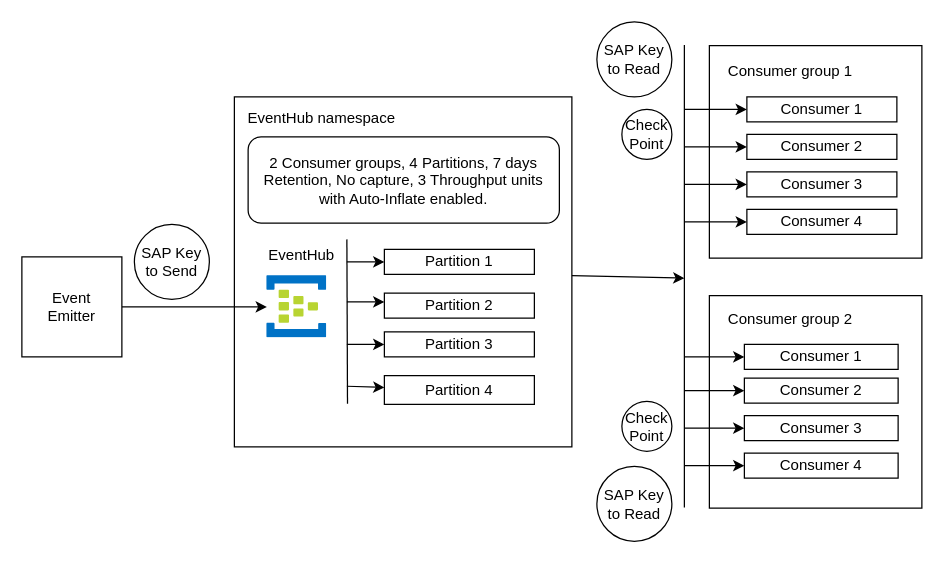
This is Architecture.drawio from mail4hafij/Azure-EventHub, a draw.io file, before an edit. Source tidied: cells renumbered, new cells numbered last; positions are measured from the earlier drawing's top-left corner, leaving out a move shared by most shapes. Both pictures are drawn from the tidied source at 125%, with x=0, y=0 at pixel (21, 21).
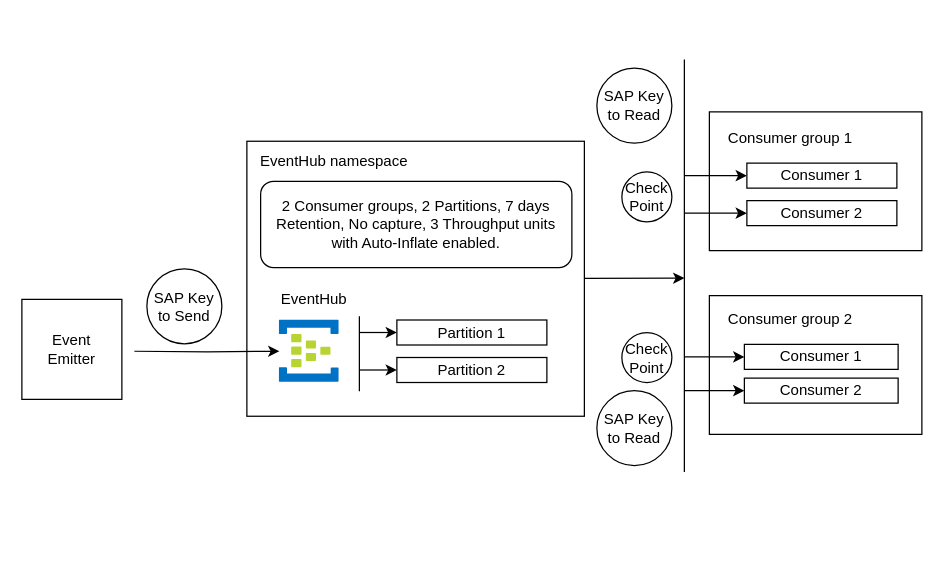
Above is the later version.

The edit, as a diff of the source:
```diff
@@
     <mxCell id="2" style="rounded=0;whiteSpace=wrap;html=1;" parent="1" vertex="1">
-      <mxGeometry x="550" y="219" width="170" height="170" as="geometry" />
+      <mxGeometry x="550" y="219" width="170" height="111" as="geometry" />
     </mxCell>
     <mxCell id="3" style="rounded=0;whiteSpace=wrap;html=1;" parent="1" vertex="1">
-      <mxGeometry x="550" y="19" width="170" height="170" as="geometry" />
+      <mxGeometry x="550" y="72" width="170" height="111" as="geometry" />
     </mxCell>
     <mxCell id="4" style="rounded=0;whiteSpace=wrap;html=1;" parent="1" vertex="1">
-      <mxGeometry x="170" y="60" width="270" height="280" as="geometry" />
+      <mxGeometry x="180" y="95.5" width="270" height="220" as="geometry" />
     </mxCell>
     <mxCell id="5" style="html=1;points=[];align=center;image;fontSize=12;image=img/lib/mscae/Event_Hubs.svg;" parent="1" vertex="1">
-      <mxGeometry x="196" y="203" width="48" height="50" as="geometry" />
+      <mxGeometry x="206" y="238.5" width="48" height="50" as="geometry" />
     </mxCell>
     <mxCell id="6" value="&lt;font style=&quot;font-size: 12px&quot;&gt;EventHub namespace&lt;/font&gt;" style="text;html=1;strokeColor=none;fillColor=none;align=center;verticalAlign=middle;whiteSpace=wrap;rounded=0;" parent="1" vertex="1">
-      <mxGeometry x="110" y="61.5" width="260" height="30" as="geometry" />
+      <mxGeometry x="120" y="97" width="260" height="30" as="geometry" />
     </mxCell>
     <mxCell id="7" value="EventHub" style="text;html=1;strokeColor=none;fillColor=none;align=center;verticalAlign=middle;whiteSpace=wrap;rounded=0;" parent="1" vertex="1">
-      <mxGeometry x="204" y="176.5" width="40" height="20" as="geometry" />
+      <mxGeometry x="214" y="212" width="40" height="20" as="geometry" />
     </mxCell>
     <mxCell id="8" value="Partition 1" style="rounded=0;whiteSpace=wrap;html=1;" parent="1" vertex="1">
-      <mxGeometry x="290" y="182" width="120" height="20" as="geometry" />
+      <mxGeometry x="300" y="238.5" width="120" height="20" as="geometry" />
     </mxCell>
     <mxCell id="9" value="Partition 2" style="rounded=0;whiteSpace=wrap;html=1;" parent="1" vertex="1">
-      <mxGeometry x="290" y="217" width="120" height="20" as="geometry" />
+      <mxGeometry x="300" y="268.5" width="120" height="20" as="geometry" />
     </mxCell>
-    <mxCell id="10" value="Partition 3" style="rounded=0;whiteSpace=wrap;html=1;" parent="1" vertex="1">
-      <mxGeometry x="290" y="248" width="120" height="20" as="geometry" />
-    </mxCell>
-    <mxCell id="11" value="Partition 4" style="rounded=0;whiteSpace=wrap;html=1;" parent="1" vertex="1">
-      <mxGeometry x="290" y="283" width="120" height="23" as="geometry" />
-    </mxCell>
-    <mxCell id="12" style="edgeStyle=orthogonalEdgeStyle;rounded=0;jettySize=auto;html=1;" parent="1" edge="1" source="13" target="5">
-      <mxGeometry relative="1" as="geometry" />
+    <mxCell id="12" style="edgeStyle=orthogonalEdgeStyle;rounded=0;jettySize=auto;html=1;" parent="1" edge="1" target="5">
+      <mxGeometry relative="1" as="geometry">
+        <mxPoint x="90" y="263.5" as="sourcePoint" />
+      </mxGeometry>
     </mxCell>
     <mxCell id="13" value="&lt;div&gt;Event &lt;br&gt;&lt;/div&gt;&lt;div&gt;Emitter&lt;br&gt;&lt;/div&gt;" style="whiteSpace=wrap;html=1;" parent="1" vertex="1">
-      <mxGeometry y="188" width="80" height="80" as="geometry" />
+      <mxGeometry y="222" width="80" height="80" as="geometry" />
     </mxCell>
     <mxCell id="14" style="endArrow=none;html=1;" parent="1" edge="1">
       <mxGeometry relative="1" as="geometry">
-        <mxPoint x="260.5" y="305.5" as="sourcePoint" />
-        <mxPoint x="260" y="174" as="targetPoint" />
+        <mxPoint x="270" y="295.5" as="sourcePoint" />
+        <mxPoint x="270" y="235.5" as="targetPoint" />
       </mxGeometry>
     </mxCell>
-    <mxCell id="15" style="edgeStyle=orthogonalEdgeStyle;rounded=0;orthogonalLoop=1;jettySize=auto;html=1;exitX=0.5;exitY=1;exitDx=0;exitDy=0;" parent="1" edge="1" source="11" target="11">
-      <mxGeometry relative="1" as="geometry" />
-    </mxCell>
     <mxCell id="16" style="endArrow=classic;html=1;entryX=0;entryY=0.5;entryDx=0;entryDy=0;" parent="1" edge="1" target="8">
       <mxGeometry relative="1" as="geometry">
-        <mxPoint x="260" y="192" as="sourcePoint" />
+        <mxPoint x="270" y="248.5" as="sourcePoint" />
       </mxGeometry>
     </mxCell>
-    <mxCell id="17" style="endArrow=classic;html=1;" parent="1" edge="1">
-      <mxGeometry relative="1" as="geometry">
-        <mxPoint x="260" y="258" as="sourcePoint" />
-        <mxPoint x="290" y="258" as="targetPoint" />
-      </mxGeometry>
-    </mxCell>
-    <mxCell id="18" style="endArrow=classic;html=1;" parent="1" edge="1" target="11">
-      <mxGeometry relative="1" as="geometry">
-        <mxPoint x="260" y="291.5" as="sourcePoint" />
-      </mxGeometry>
-    </mxCell>
     <mxCell id="19" value="Consumer 1" style="rounded=0;whiteSpace=wrap;html=1;" parent="1" vertex="1">
-      <mxGeometry x="580" y="60" width="120" height="20" as="geometry" />
+      <mxGeometry x="580" y="113" width="120" height="20" as="geometry" />
     </mxCell>
     <mxCell id="20" value="Consumer 2" style="rounded=0;whiteSpace=wrap;html=1;" parent="1" vertex="1">
-      <mxGeometry x="580" y="90" width="120" height="20" as="geometry" />
+      <mxGeometry x="580" y="143" width="120" height="20" as="geometry" />
     </mxCell>
-    <mxCell id="21" value="Consumer 3" style="rounded=0;whiteSpace=wrap;html=1;" parent="1" vertex="1">
-      <mxGeometry x="580" y="120" width="120" height="20" as="geometry" />
-    </mxCell>
-    <mxCell id="22" value="Consumer 4" style="rounded=0;whiteSpace=wrap;html=1;" parent="1" vertex="1">
-      <mxGeometry x="580" y="150" width="120" height="20" as="geometry" />
-    </mxCell>
@@
-    <mxCell id="24" value="Consumer 4" style="rounded=0;whiteSpace=wrap;html=1;" parent="1" vertex="1">
-      <mxGeometry x="578" y="345" width="123" height="20" as="geometry" />
-    </mxCell>
-    <mxCell id="25" value="Consumer 3" style="rounded=0;whiteSpace=wrap;html=1;" parent="1" vertex="1">
-      <mxGeometry x="578" y="315" width="123" height="20" as="geometry" />
-    </mxCell>
@@
     <mxCell id="27" style="endArrow=none;html=1;" parent="1" edge="1">
       <mxGeometry relative="1" as="geometry">
-        <mxPoint x="530" y="388.5" as="sourcePoint" />
-        <mxPoint x="530" y="18.5" as="targetPoint" />
+        <mxPoint x="530" y="360" as="sourcePoint" />
+        <mxPoint x="530" y="30" as="targetPoint" />
       </mxGeometry>
     </mxCell>
     <mxCell id="28" style="endArrow=classic;html=1;entryX=0;entryY=0.5;entryDx=0;entryDy=0;" parent="1" edge="1" target="19">
       <mxGeometry relative="1" as="geometry">
-        <mxPoint x="530" y="70" as="sourcePoint" />
+        <mxPoint x="530" y="123" as="sourcePoint" />
       </mxGeometry>
     </mxCell>
     <mxCell id="29" style="endArrow=classic;html=1;entryX=0;entryY=0.5;entryDx=0;entryDy=0;" parent="1" edge="1" target="20">
       <mxGeometry relative="1" as="geometry">
-        <mxPoint x="530" y="100" as="sourcePoint" />
+        <mxPoint x="530" y="153" as="sourcePoint" />
       </mxGeometry>
     </mxCell>
-    <mxCell id="30" style="endArrow=classic;html=1;" parent="1" edge="1" target="21">
-      <mxGeometry relative="1" as="geometry">
-        <mxPoint x="530" y="130" as="sourcePoint" />
-      </mxGeometry>
-    </mxCell>
-    <mxCell id="31" style="endArrow=classic;html=1;" parent="1" edge="1" target="22">
-      <mxGeometry relative="1" as="geometry">
-        <mxPoint x="530" y="160" as="sourcePoint" />
-      </mxGeometry>
-    </mxCell>
     <mxCell id="32" value="Consumer group 1" style="text;html=1;strokeColor=none;fillColor=none;align=center;verticalAlign=middle;whiteSpace=wrap;rounded=0;" parent="1" vertex="1">
-      <mxGeometry x="550" y="30" width="130" height="20" as="geometry" />
+      <mxGeometry x="550" y="83" width="130" height="20" as="geometry" />
     </mxCell>
@@
-    <mxCell id="36" style="endArrow=classic;html=1;entryX=0;entryY=0.5;entryDx=0;entryDy=0;" parent="1" edge="1" target="25">
-      <mxGeometry relative="1" as="geometry">
-        <mxPoint x="530" y="325" as="sourcePoint" />
-      </mxGeometry>
-    </mxCell>
-    <mxCell id="37" style="endArrow=classic;html=1;entryX=0;entryY=0.5;entryDx=0;entryDy=0;" parent="1" edge="1" target="24">
-      <mxGeometry relative="1" as="geometry">
-        <mxPoint x="530" y="355" as="sourcePoint" />
-      </mxGeometry>
-    </mxCell>
@@
-    <mxCell id="39" style="endArrow=classic;html=1;" parent="1" edge="1">
+    <mxCell id="39" style="endArrow=classic;html=1;entryX=0;entryY=0.5;entryDx=0;entryDy=0;" parent="1" edge="1" target="9">
       <mxGeometry relative="1" as="geometry">
-        <mxPoint x="260" y="224" as="sourcePoint" />
-        <mxPoint x="290" y="224" as="targetPoint" />
+        <mxPoint x="270" y="278.5" as="sourcePoint" />
       </mxGeometry>
     </mxCell>
     <mxCell id="40" value="&lt;div&gt;&lt;br&gt;&lt;/div&gt;&lt;div&gt;&lt;br&gt;&lt;/div&gt;&lt;div&gt;SAP Key&lt;/div&gt;&lt;div&gt;to Send&lt;br&gt;&lt;/div&gt;&lt;div&gt;&lt;br&gt;&lt;/div&gt;&lt;div&gt;&lt;br&gt;&lt;/div&gt;" style="ellipse;whiteSpace=wrap;html=1;" parent="1" vertex="1">
-      <mxGeometry x="90" y="162" width="60" height="60" as="geometry" />
+      <mxGeometry x="100" y="197.5" width="60" height="60" as="geometry" />
     </mxCell>
-    <mxCell id="41" value="2 Consumer groups, 4 Partitions, 7 days Retention, No capture, 3 Throughput units with Auto-Inflate enabled." style="rounded=1;whiteSpace=wrap;html=1;" parent="1" vertex="1">
-      <mxGeometry x="181" y="92" width="249" height="69" as="geometry" />
+    <mxCell id="41" value="2 Consumer groups, 2 Partitions, 7 days Retention, No capture, 3 Throughput units with Auto-Inflate enabled." style="rounded=1;whiteSpace=wrap;html=1;" parent="1" vertex="1">
+      <mxGeometry x="191" y="127.5" width="249" height="69" as="geometry" />
     </mxCell>
     <mxCell id="42" value="&lt;div&gt;Check&lt;/div&gt;&lt;div&gt;Point&lt;br&gt;&lt;/div&gt;" style="ellipse;whiteSpace=wrap;html=1;" parent="1" vertex="1">
-      <mxGeometry x="480" y="303.5" width="40" height="40" as="geometry" />
+      <mxGeometry x="480" y="248.5" width="40" height="40" as="geometry" />
     </mxCell>
     <mxCell id="43" value="&lt;div&gt;Check&lt;/div&gt;&lt;div&gt;Point&lt;/div&gt;" style="ellipse;whiteSpace=wrap;html=1;" parent="1" vertex="1">
-      <mxGeometry x="480" y="70" width="40" height="40" as="geometry" />
+      <mxGeometry x="480" y="120" width="40" height="40" as="geometry" />
     </mxCell>
     <mxCell id="44" value="&lt;div&gt;SAP Key&lt;br&gt;&lt;/div&gt;&lt;div&gt;to Read&lt;br&gt;&lt;/div&gt;" style="ellipse;whiteSpace=wrap;html=1;" parent="1" vertex="1">
-      <mxGeometry x="460" y="355.5" width="60" height="60" as="geometry" />
+      <mxGeometry x="460" y="295" width="60" height="60" as="geometry" />
     </mxCell>
     <mxCell id="45" value="&lt;div&gt;SAP Key&lt;br&gt;&lt;/div&gt;&lt;div&gt;to Read&lt;br&gt;&lt;/div&gt;" style="ellipse;whiteSpace=wrap;html=1;" parent="1" vertex="1">
-      <mxGeometry x="460" width="60" height="60" as="geometry" />
+      <mxGeometry x="460" y="37" width="60" height="60" as="geometry" />
     </mxCell>
```
